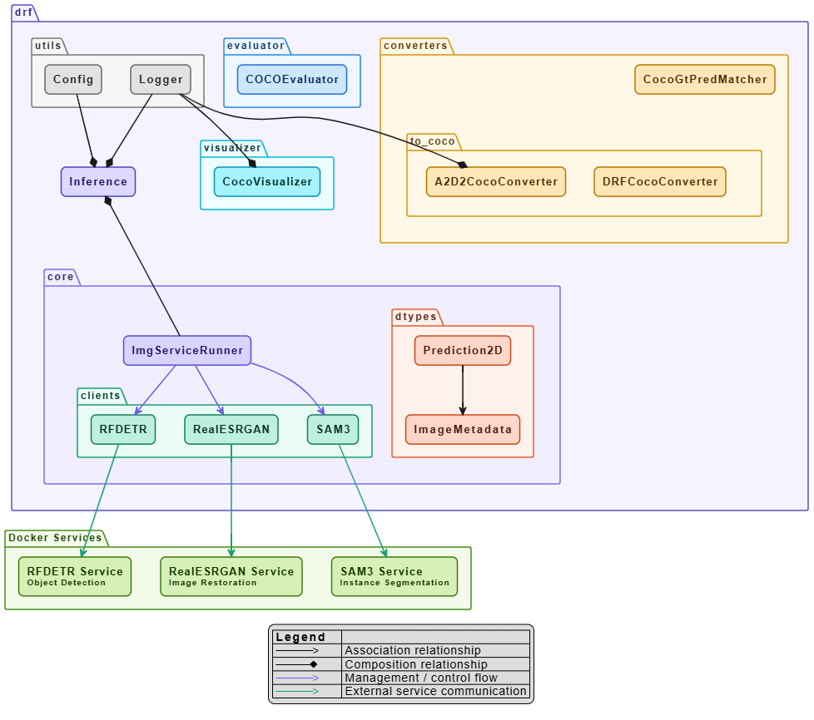
The PlantUML diagram docs/architecture.png in benkobotika/det-2d-refiner, before a commit. Its source is kept beside it as docs/architecture.plantuml.
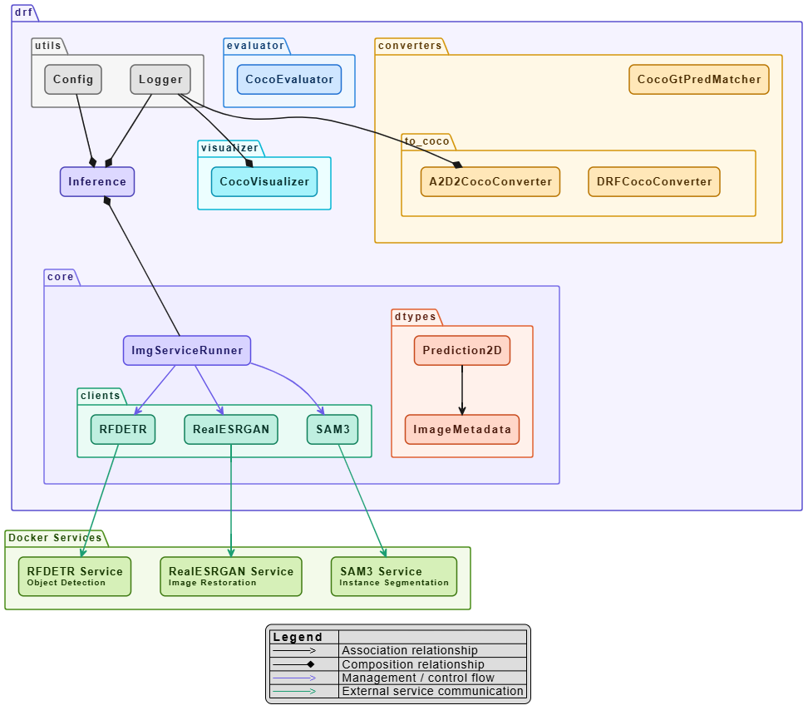
After the commit.

Change to the diagram source:
```diff
@@ -134,7 +134,7 @@
   }
 
   package "evaluator" <<evaluator>> {
-    rectangle "COCOEvaluator" <<evaluator>> as COCOEvaluator
+    rectangle "CocoEvaluator" <<evaluator>> as CocoEvaluator
   }
 
   package "visualizer" <<visualizer>> {
@@ -153,9 +153,9 @@
   rectangle "RealESRGAN Service\n<size:10>Image Restoration</size>" <<services>> as ESRGANService
 }
 
-CocoVisualizer -[hidden]up- COCOEvaluator
+CocoVisualizer -[hidden]up- CocoEvaluator
 Inference -[hidden]down- core
-COCOEvaluator -[hidden]right- DRFCocoConverter
+CocoEvaluator -[hidden]right- DRFCocoConverter
 to_coco -[hidden]up- CocoGtPredMatcher
 
 Logger --* Inference
```
